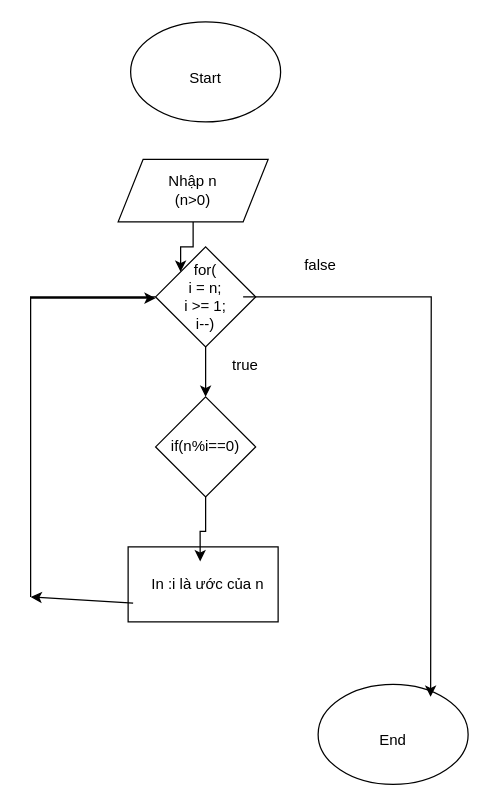
The draw.io diagram Bai4.drawio in BimBipUNu/BaiTapTongHopC, before the edit. Source tidied: cells renumbered, new cells numbered last; positions are measured from the earlier drawing's top-left corner, leaving out a move shared by most shapes. Both pictures are drawn from the tidied source at 125%, with x=0, y=0 at pixel (30, 21).
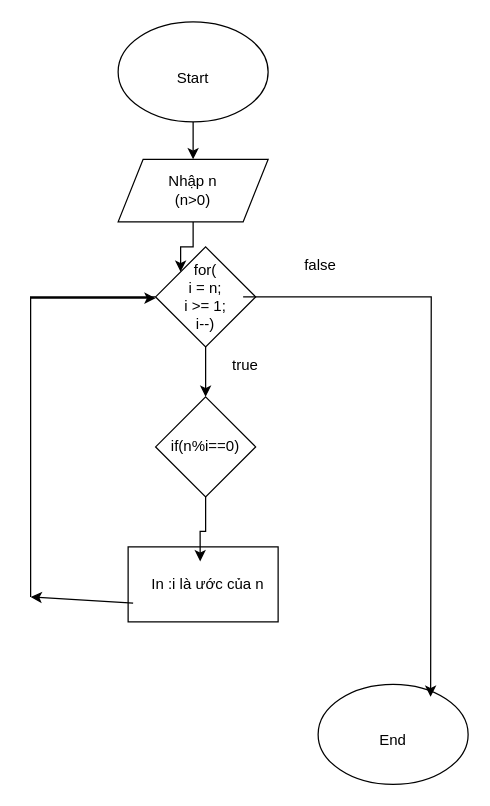
The same page after the edit.

The change refers to these unchanged cells:
```xml
<mxCell id="7" style="shape=parallelogram;perimeter=parallelogramPerimeter;whiteSpace=wrap;html=1;fixedSize=1;" parent="1" vertex="1">
  <mxGeometry x="70" y="110" width="120" height="50" as="geometry" />
</mxCell>
```

What changed in the source:
```diff
@@
+    <mxCell id="23" style="edgeStyle=orthogonalEdgeStyle;rounded=0;jettySize=auto;html=1;entryX=0.5;entryY=0;entryDx=0;entryDy=0;" parent="1" edge="1" source="2" target="7">
+      <mxGeometry relative="1" as="geometry" />
+    </mxCell>
     <mxCell id="2" style="ellipse;whiteSpace=wrap;html=1;" parent="1" vertex="1">
-      <mxGeometry x="80" width="120" height="80" as="geometry" />
+      <mxGeometry x="70" width="120" height="80" as="geometry" />
     </mxCell>
     <mxCell id="3" value="Start" style="text;strokeColor=none;align=center;fillColor=none;html=1;verticalAlign=middle;whiteSpace=wrap;rounded=0;" parent="1" vertex="1">
-      <mxGeometry x="110" y="30" width="60" height="30" as="geometry" />
+      <mxGeometry x="100" y="30" width="60" height="30" as="geometry" />
     </mxCell>
```
